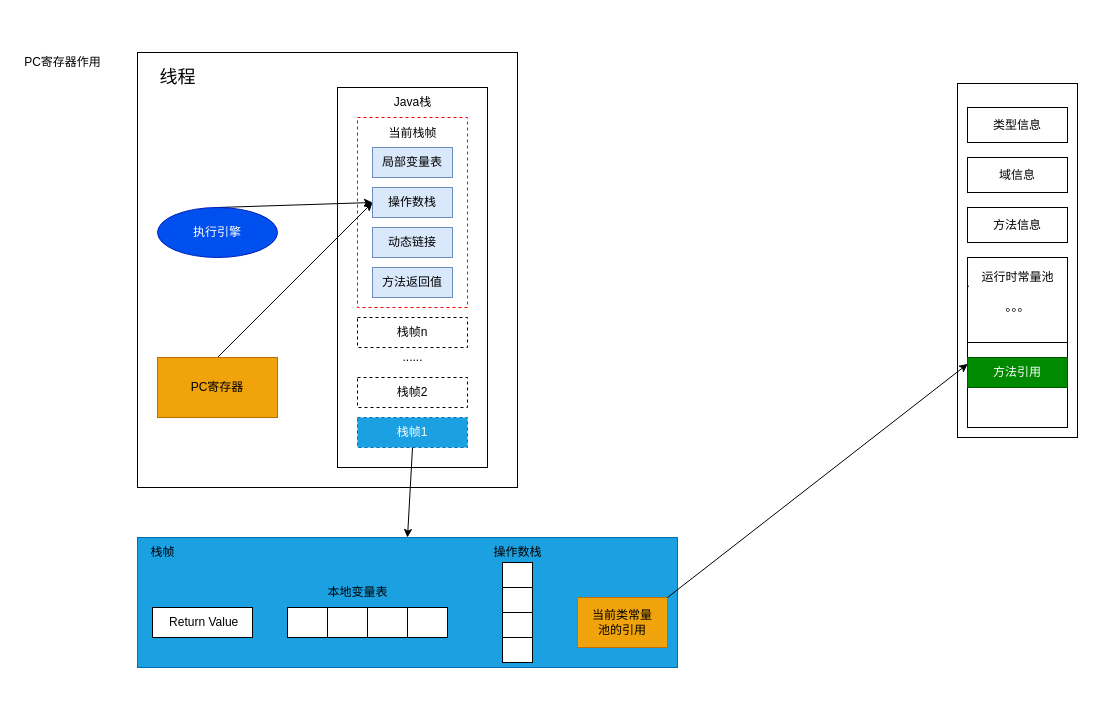
This is source/_posts/编程语言/Java/Java语言/JVM/图示/8 虚拟机字节码执行引擎.drawio from CoachHe/coachhe.github.io, a draw.io file, before an edit. Source tidied: cells renumbered, new cells numbered last; positions are measured from the earlier drawing's top-left corner, leaving out a move shared by most shapes. Both pictures are drawn from the tidied source at 100%, with x=0, y=0 at pixel (17, 17).
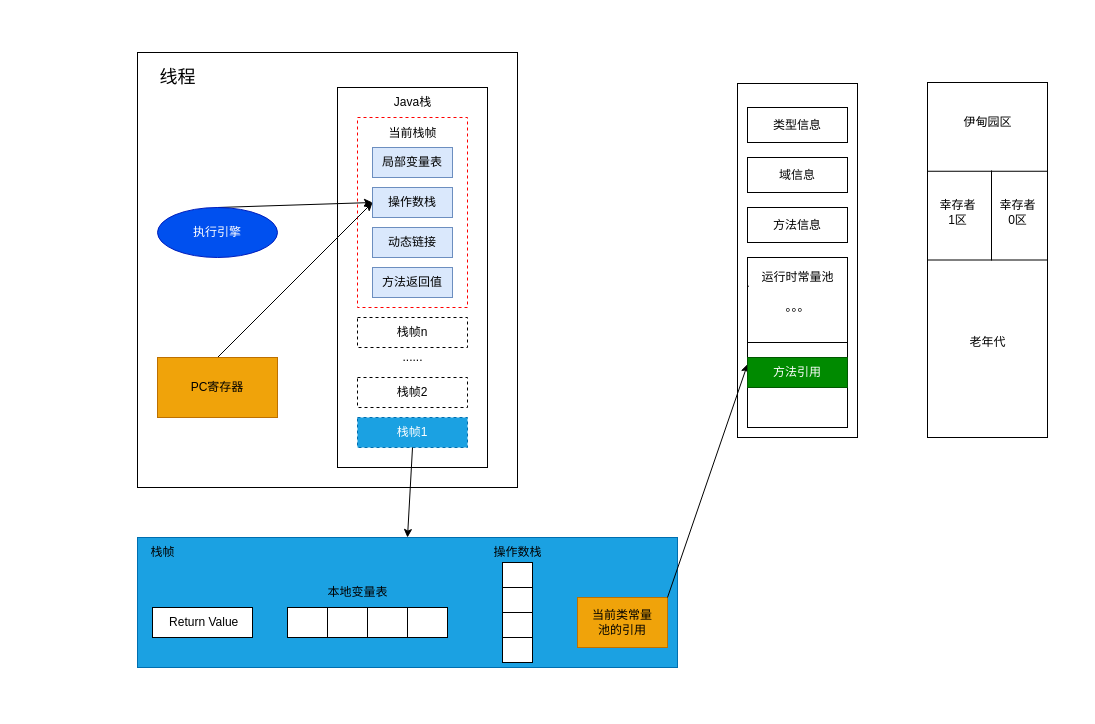
The same diagram, later.

Change to the diagram source:
```diff
@@
     <mxCell id="2" style="whiteSpace=wrap;html=1;strokeColor=none;" parent="1" vertex="1">
-      <mxGeometry x="100" width="790" height="690" as="geometry" />
+      <mxGeometry x="100" width="960" height="690" as="geometry" />
     </mxCell>
@@
-    <mxCell id="6" value="PC寄存器作用" style="text;html=1;align=center;verticalAlign=middle;strokeColor=none;" parent="1" vertex="1">
-      <mxGeometry y="35" width="90" height="20" as="geometry" />
-    </mxCell>
@@
     <mxCell id="37" style="rounded=0;whiteSpace=wrap;html=1;strokeColor=default;" parent="1" vertex="1">
-      <mxGeometry x="940" y="66" width="120" height="354" as="geometry" />
+      <mxGeometry x="720" y="66" width="120" height="354" as="geometry" />
     </mxCell>
     <mxCell id="38" value="类型信息" style="rounded=0;whiteSpace=wrap;html=1;strokeColor=default;" parent="1" vertex="1">
-      <mxGeometry x="950" y="90" width="100" height="35" as="geometry" />
+      <mxGeometry x="730" y="90" width="100" height="35" as="geometry" />
     </mxCell>
     <mxCell id="39" value="域信息" style="rounded=0;whiteSpace=wrap;html=1;strokeColor=default;" parent="1" vertex="1">
-      <mxGeometry x="950" y="140" width="100" height="35" as="geometry" />
+      <mxGeometry x="730" y="140" width="100" height="35" as="geometry" />
     </mxCell>
     <mxCell id="40" value="方法信息" style="rounded=0;whiteSpace=wrap;html=1;strokeColor=default;" parent="1" vertex="1">
-      <mxGeometry x="950" y="190" width="100" height="35" as="geometry" />
+      <mxGeometry x="730" y="190" width="100" height="35" as="geometry" />
     </mxCell>
     <mxCell id="41" style="rounded=0;whiteSpace=wrap;html=1;strokeColor=default;" parent="1" vertex="1">
-      <mxGeometry x="950" y="240" width="100" height="170" as="geometry" />
+      <mxGeometry x="730" y="240" width="100" height="170" as="geometry" />
     </mxCell>
@@
     <mxCell id="43" value="运行时常量池" style="text;html=1;align=center;verticalAlign=middle;points=[];strokeColor=none;fillColor=none;" parent="1" vertex="1">
-      <mxGeometry x="950" y="245" width="100" height="30" as="geometry" />
+      <mxGeometry x="730" y="245" width="100" height="30" as="geometry" />
     </mxCell>
@@
     <mxCell id="45" value="。。。" style="text;html=1;align=center;verticalAlign=middle;strokeColor=none;fillColor=none;" parent="1" vertex="1">
-      <mxGeometry x="970" y="275" width="60" height="30" as="geometry" />
+      <mxGeometry x="750" y="275" width="60" height="30" as="geometry" />
     </mxCell>
@@
     <mxCell id="48" value="方法引用" style="rounded=0;whiteSpace=wrap;html=1;strokeColor=#005700;fillColor=#008a00;fontColor=#ffffff;" parent="1" vertex="1">
-      <mxGeometry x="950" y="340" width="100" height="30" as="geometry" />
+      <mxGeometry x="730" y="340" width="100" height="30" as="geometry" />
     </mxCell>
+    <mxCell id="49" style="whiteSpace=wrap;html=1;strokeColor=default;" parent="1" vertex="1">
+      <mxGeometry x="910" y="65" width="120" height="355" as="geometry" />
+    </mxCell>
+    <mxCell id="50" style="edgeStyle=none;rounded=0;orthogonalLoop=1;jettySize=auto;html=1;exitX=0;exitY=0.25;exitDx=0;exitDy=0;entryX=1;entryY=0.25;entryDx=0;entryDy=0;endArrow=none;endFill=0;" parent="1" edge="1" source="49" target="49">
+      <mxGeometry relative="1" as="geometry" />
+    </mxCell>
+    <mxCell id="51" value="伊甸园区" style="text;html=1;align=center;verticalAlign=middle;strokeColor=none;fillColor=none;" parent="1" vertex="1">
+      <mxGeometry x="935" y="90" width="70" height="30" as="geometry" />
+    </mxCell>
+    <mxCell id="52" style="edgeStyle=none;rounded=0;orthogonalLoop=1;jettySize=auto;html=1;exitX=0;exitY=0.5;exitDx=0;exitDy=0;entryX=1;entryY=0.5;entryDx=0;entryDy=0;endArrow=none;endFill=0;" parent="1" edge="1" source="49" target="49">
+      <mxGeometry relative="1" as="geometry" />
+    </mxCell>
+    <mxCell id="53" value="幸存者&lt;br&gt;1区" style="text;html=1;align=center;verticalAlign=middle;strokeColor=none;fillColor=none;" parent="1" vertex="1">
+      <mxGeometry x="910" y="175" width="60" height="40" as="geometry" />
+    </mxCell>
+    <mxCell id="54" value="幸存者&lt;br&gt;0区" style="text;html=1;align=center;verticalAlign=middle;strokeColor=none;fillColor=none;" parent="1" vertex="1">
+      <mxGeometry x="970" y="175" width="60" height="40" as="geometry" />
+    </mxCell>
+    <mxCell id="55" value="老年代" style="text;html=1;align=center;verticalAlign=middle;strokeColor=none;fillColor=none;" parent="1" vertex="1">
+      <mxGeometry x="940" y="310" width="60" height="30" as="geometry" />
+    </mxCell>
+    <mxCell id="56" style="endArrow=none;html=1;rounded=0;" parent="1" edge="1">
+      <mxGeometry relative="1" as="geometry">
+        <mxPoint x="974" y="243" as="sourcePoint" />
+        <mxPoint x="974" y="153" as="targetPoint" />
+      </mxGeometry>
+    </mxCell>
```
